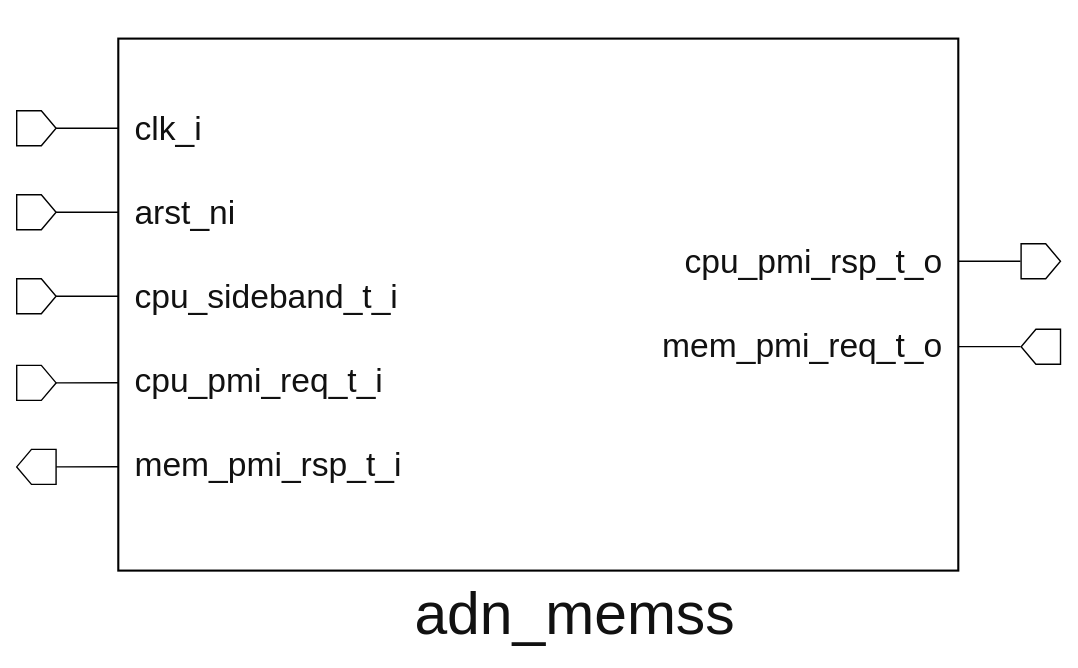
Earlier version of the draw.io export document/memss/adn_memss_top.svg (ADN-VLSI/adn_memss). Source tidied: cells renumbered, new cells last; positions are measured from the earlier drawing's top-left corner, leaving out a move shared by most shapes. The source it was exported from:
```xml
<mxGraphModel>
  <root>
    <mxCell id="0" />
    <mxCell id="1" parent="0" />
    <mxCell id="2" style="rounded=0;whiteSpace=wrap;html=1;strokeColor=none;" parent="1" vertex="1">
      <mxGeometry width="770" height="477" as="geometry" />
    </mxCell>
    <mxCell id="3" style="whiteSpace=wrap;html=1;fillColor=#ffffff;strokeColor=#000000;strokeWidth=1.5;" parent="1" vertex="1">
      <mxGeometry x="84" y="27" width="600" height="380" as="geometry" />
    </mxCell>
    <mxCell id="4" value="clk_i" style="text;html=1;align=left;verticalAlign=middle;fontSize=24;fontColor=#111111;" parent="1" vertex="1">
      <mxGeometry x="94" y="77" width="250" height="30" as="geometry" />
    </mxCell>
    <mxCell id="5" value="arst_ni" style="text;html=1;align=left;verticalAlign=middle;fontSize=24;fontColor=#111111;" parent="1" vertex="1">
      <mxGeometry x="94" y="137" width="250" height="30" as="geometry" />
    </mxCell>
    <mxCell id="6" value="cpu_sideband_t_i" style="text;html=1;align=left;verticalAlign=middle;fontSize=24;fontColor=#111111;" parent="1" vertex="1">
      <mxGeometry x="94" y="197" width="250" height="30" as="geometry" />
    </mxCell>
    <mxCell id="7" value="cpu_pmi_req_t_i" style="text;html=1;align=left;verticalAlign=middle;fontSize=24;fontColor=#111111;" parent="1" vertex="1">
      <mxGeometry x="94" y="257" width="250" height="30" as="geometry" />
    </mxCell>
    <mxCell id="8" value="mem_pmi_rsp_t_i" style="text;html=1;align=left;verticalAlign=middle;fontSize=24;fontColor=#111111;" parent="1" vertex="1">
      <mxGeometry x="94" y="317" width="250" height="30" as="geometry" />
    </mxCell>
    <mxCell id="9" value="cpu_pmi_rsp_t_o" style="text;html=1;align=right;verticalAlign=middle;fontSize=24;fontColor=#111111;" parent="1" vertex="1">
      <mxGeometry x="429" y="172" width="245" height="30" as="geometry" />
    </mxCell>
    <mxCell id="10" value="mem_pmi_req_t_o" style="text;html=1;align=right;verticalAlign=middle;fontSize=24;fontColor=#111111;" parent="1" vertex="1">
      <mxGeometry x="429" y="232" width="245" height="30" as="geometry" />
    </mxCell>
    <mxCell id="11" value="adn_memss" style="text;html=1;align=left;verticalAlign=middle;fontSize=42;fontColor=#111111;" parent="1" vertex="1">
      <mxGeometry x="294" y="419" width="180" height="40" as="geometry" />
    </mxCell>
    <mxCell id="12" style="html=1;rounded=0;strokeColor=default;endArrow=none;endFill=0;" parent="1" edge="1" source="13">
      <mxGeometry relative="1" as="geometry">
        <mxPoint x="84" y="91" as="targetPoint" />
      </mxGeometry>
    </mxCell>
    <mxCell id="13" style="shape=offPageConnector;whiteSpace=wrap;html=1;rotation=-90;" parent="1" vertex="1">
      <mxGeometry x="13" y="77" width="25" height="28.1" as="geometry" />
    </mxCell>
    <mxCell id="14" style="html=1;rounded=0;strokeColor=default;endArrow=none;endFill=0;" parent="1" edge="1" source="15">
      <mxGeometry relative="1" as="geometry">
        <mxPoint x="84" y="151" as="targetPoint" />
      </mxGeometry>
    </mxCell>
    <mxCell id="15" style="shape=offPageConnector;whiteSpace=wrap;html=1;rotation=-90;" parent="1" vertex="1">
      <mxGeometry x="13" y="137" width="25" height="28.1" as="geometry" />
    </mxCell>
    <mxCell id="16" style="html=1;rounded=0;strokeColor=default;endArrow=none;endFill=0;" parent="1" edge="1" source="17">
      <mxGeometry relative="1" as="geometry">
        <mxPoint x="84" y="211" as="targetPoint" />
      </mxGeometry>
    </mxCell>
    <mxCell id="17" style="shape=offPageConnector;whiteSpace=wrap;html=1;rotation=-90;" parent="1" vertex="1">
      <mxGeometry x="13" y="197" width="25" height="28.1" as="geometry" />
    </mxCell>
    <mxCell id="18" style="html=1;rounded=0;strokeColor=default;endArrow=none;endFill=0;" parent="1" edge="1" source="19">
      <mxGeometry relative="1" as="geometry">
        <mxPoint x="84" y="272.9" as="targetPoint" />
      </mxGeometry>
    </mxCell>
    <mxCell id="19" style="shape=offPageConnector;whiteSpace=wrap;html=1;rotation=-90;" parent="1" vertex="1">
      <mxGeometry x="13" y="258.9" width="25" height="28.1" as="geometry" />
    </mxCell>
    <mxCell id="20" style="html=1;rounded=0;strokeColor=default;endArrow=none;endFill=0;" parent="1" edge="1" source="21">
      <mxGeometry relative="1" as="geometry">
        <mxPoint x="84" y="332.9" as="targetPoint" />
      </mxGeometry>
    </mxCell>
    <mxCell id="21" style="shape=offPageConnector;whiteSpace=wrap;html=1;rotation=90;" parent="1" vertex="1">
      <mxGeometry x="13" y="318.9" width="25" height="28.1" as="geometry" />
    </mxCell>
    <mxCell id="22" style="html=1;rounded=0;strokeColor=default;endArrow=none;endFill=0;" parent="1" edge="1">
      <mxGeometry relative="1" as="geometry">
        <mxPoint x="684" y="186" as="sourcePoint" />
        <mxPoint x="728.4" y="186" as="targetPoint" />
      </mxGeometry>
    </mxCell>
    <mxCell id="23" style="shape=offPageConnector;whiteSpace=wrap;html=1;rotation=-90;" parent="1" vertex="1">
      <mxGeometry x="730.4" y="172" width="25" height="28.1" as="geometry" />
    </mxCell>
    <mxCell id="24" style="html=1;rounded=0;strokeColor=default;endArrow=none;endFill=0;" parent="1" edge="1">
      <mxGeometry relative="1" as="geometry">
        <mxPoint x="684" y="247" as="sourcePoint" />
        <mxPoint x="728.4" y="247" as="targetPoint" />
      </mxGeometry>
    </mxCell>
    <mxCell id="25" style="shape=offPageConnector;whiteSpace=wrap;html=1;rotation=90;" parent="1" vertex="1">
      <mxGeometry x="730.4" y="233" width="25" height="28.1" as="geometry" />
    </mxCell>
  </root>
</mxGraphModel>
```
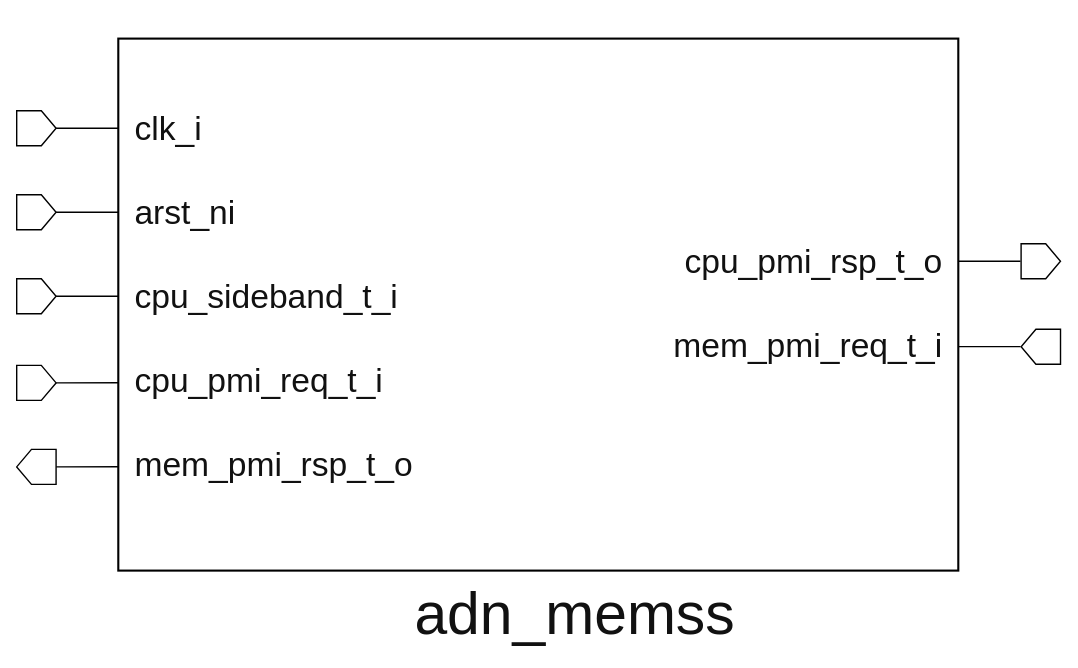
The same file after the commit.

The edit, as a diff of the source:
```diff
@@ -20,13 +20,13 @@
     <mxCell id="7" value="cpu_pmi_req_t_i" style="text;html=1;align=left;verticalAlign=middle;fontSize=24;fontColor=#111111;" parent="1" vertex="1">
       <mxGeometry x="94" y="257" width="250" height="30" as="geometry" />
     </mxCell>
-    <mxCell id="8" value="mem_pmi_rsp_t_i" style="text;html=1;align=left;verticalAlign=middle;fontSize=24;fontColor=#111111;" parent="1" vertex="1">
+    <mxCell id="8" value="mem_pmi_rsp_t_o" style="text;html=1;align=left;verticalAlign=middle;fontSize=24;fontColor=#111111;" parent="1" vertex="1">
       <mxGeometry x="94" y="317" width="250" height="30" as="geometry" />
     </mxCell>
     <mxCell id="9" value="cpu_pmi_rsp_t_o" style="text;html=1;align=right;verticalAlign=middle;fontSize=24;fontColor=#111111;" parent="1" vertex="1">
       <mxGeometry x="429" y="172" width="245" height="30" as="geometry" />
     </mxCell>
-    <mxCell id="10" value="mem_pmi_req_t_o" style="text;html=1;align=right;verticalAlign=middle;fontSize=24;fontColor=#111111;" parent="1" vertex="1">
+    <mxCell id="10" value="mem_pmi_req_t_i" style="text;html=1;align=right;verticalAlign=middle;fontSize=24;fontColor=#111111;" parent="1" vertex="1">
       <mxGeometry x="429" y="232" width="245" height="30" as="geometry" />
     </mxCell>
     <mxCell id="11" value="adn_memss" style="text;html=1;align=left;verticalAlign=middle;fontSize=42;fontColor=#111111;" parent="1" vertex="1">
```
